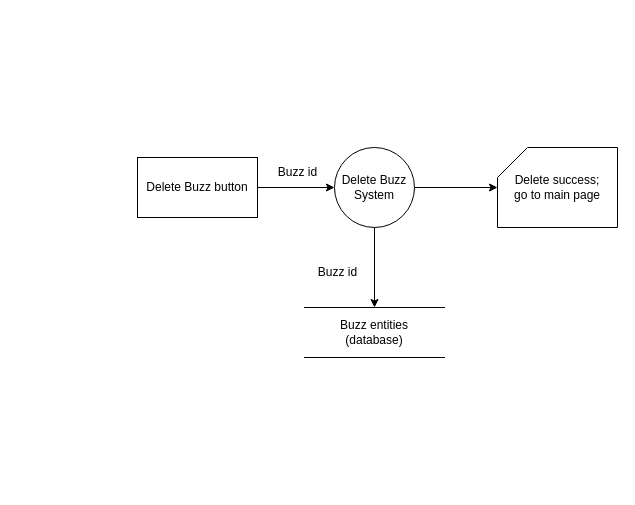
Above: DFD/Admin/AdminDeletePost.drawio in DonaldLamNL/buzzer (draw.io), before the change. Source tidied: cells renumbered, new cells numbered last; positions are measured from the earlier drawing's top-left corner, leaving out a move shared by most shapes. Both pictures are drawn from the tidied source at 100%, with x=0, y=0 at pixel (137, 147).
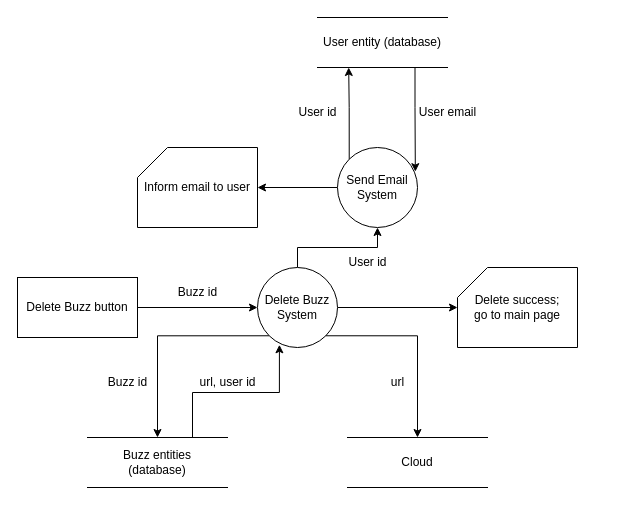
The same page after the edit.

The edit, as a diff of the source:
```diff
@@
     <mxCell id="3" value="Delete success;&lt;br&gt;go to main page" style="shape=card;whiteSpace=wrap;html=1;" parent="1" vertex="1">
-      <mxGeometry x="360" width="120" height="80" as="geometry" />
+      <mxGeometry x="320" y="120" width="120" height="80" as="geometry" />
     </mxCell>
@@
-    <mxCell id="5" style="edgeStyle=orthogonalEdgeStyle;rounded=0;jettySize=auto;html=1;exitX=0.5;exitY=1;exitDx=0;exitDy=0;" parent="1" edge="1" source="6" target="8">
+    <mxCell id="5" style="edgeStyle=orthogonalEdgeStyle;rounded=0;jettySize=auto;html=1;exitX=0;exitY=1;exitDx=0;exitDy=0;entryX=0.5;entryY=0;entryDx=0;entryDy=0;" parent="1" edge="1" source="6" target="8">
       <mxGeometry relative="1" as="geometry" />
     </mxCell>
+    <mxCell id="11" style="edgeStyle=orthogonalEdgeStyle;rounded=0;jettySize=auto;html=1;exitX=0.5;exitY=0;exitDx=0;exitDy=0;entryX=0.5;entryY=1;entryDx=0;entryDy=0;" parent="1" edge="1" source="6" target="20">
+      <mxGeometry relative="1" as="geometry" />
+    </mxCell>
     <mxCell id="6" value="Delete Buzz&lt;br&gt;System" style="ellipse;whiteSpace=wrap;html=1;" parent="1" vertex="1">
-      <mxGeometry x="197" width="80" height="80" as="geometry" />
+      <mxGeometry x="120" y="120" width="80" height="80" as="geometry" />
     </mxCell>
     <mxCell id="7" value="Buzz id" style="text;html=1;align=center;verticalAlign=middle;strokeColor=none;fillColor=none;" parent="1" vertex="1">
-      <mxGeometry x="130" y="10" width="60" height="30" as="geometry" />
+      <mxGeometry x="30" y="130" width="60" height="30" as="geometry" />
     </mxCell>
+    <mxCell id="12" style="edgeStyle=orthogonalEdgeStyle;rounded=0;jettySize=auto;html=1;exitX=0.75;exitY=0;exitDx=0;exitDy=0;entryX=0.274;entryY=0.966;entryDx=0;entryDy=0;entryPerimeter=0;" parent="1" edge="1" source="8" target="6">
+      <mxGeometry relative="1" as="geometry" />
+    </mxCell>
     <mxCell id="8" value="Buzz entities&lt;br style=&quot;border-color: var(--darkreader-border--border-color); --darkreader-inline-border:var(--darkreader-border--darkreader-border--border-color);&quot;&gt;(database)" style="shape=partialRectangle;whiteSpace=wrap;html=1;left=0;right=0;fillColor=none;rounded=0;strokeColor=default;fontFamily=Helvetica;fontSize=12;fontColor=default;" parent="1" vertex="1">
-      <mxGeometry x="167" y="160" width="140" height="50" as="geometry" />
+      <mxGeometry x="-50" y="290" width="140" height="50" as="geometry" />
     </mxCell>
     <mxCell id="9" value="Buzz id" style="text;html=1;align=center;verticalAlign=middle;strokeColor=none;fillColor=none;" parent="1" vertex="1">
-      <mxGeometry x="170" y="110" width="60" height="30" as="geometry" />
+      <mxGeometry x="-40" y="220" width="60" height="30" as="geometry" />
     </mxCell>
     <mxCell id="10" value="Delete Buzz button" style="rounded=0;whiteSpace=wrap;html=1;" parent="1" vertex="1">
-      <mxGeometry y="10" width="120" height="60" as="geometry" />
+      <mxGeometry x="-120" y="130" width="120" height="60" as="geometry" />
     </mxCell>
+    <mxCell id="13" value="url, user id" style="text;html=1;align=center;verticalAlign=middle;strokeColor=none;fillColor=none;" parent="1" vertex="1">
+      <mxGeometry x="50" y="220" width="80" height="30" as="geometry" />
+    </mxCell>
+    <mxCell id="14" style="edgeStyle=orthogonalEdgeStyle;rounded=0;jettySize=auto;html=1;exitX=1;exitY=1;exitDx=0;exitDy=0;entryX=0.5;entryY=0;entryDx=0;entryDy=0;" parent="1" edge="1" source="6" target="15">
+      <mxGeometry relative="1" as="geometry" />
+    </mxCell>
+    <mxCell id="15" value="Cloud" style="shape=partialRectangle;whiteSpace=wrap;html=1;left=0;right=0;fillColor=none;rounded=0;strokeColor=default;fontFamily=Helvetica;fontSize=12;fontColor=default;" parent="1" vertex="1">
+      <mxGeometry x="210" y="290" width="140" height="50" as="geometry" />
+    </mxCell>
+    <mxCell id="16" value="url" style="text;html=1;align=center;verticalAlign=middle;strokeColor=none;fillColor=none;" parent="1" vertex="1">
+      <mxGeometry x="240" y="220" width="40" height="30" as="geometry" />
+    </mxCell>
+    <mxCell id="17" value="Inform email to user" style="shape=card;whiteSpace=wrap;html=1;" parent="1" vertex="1">
+      <mxGeometry width="120" height="80" as="geometry" />
+    </mxCell>
+    <mxCell id="18" style="edgeStyle=orthogonalEdgeStyle;rounded=0;jettySize=auto;html=1;exitX=0;exitY=0.5;exitDx=0;exitDy=0;entryX=1;entryY=0.5;entryDx=0;entryDy=0;entryPerimeter=0;" parent="1" edge="1" source="20" target="17">
+      <mxGeometry relative="1" as="geometry" />
+    </mxCell>
+    <mxCell id="19" style="edgeStyle=orthogonalEdgeStyle;rounded=0;jettySize=auto;html=1;exitX=0;exitY=0;exitDx=0;exitDy=0;entryX=0.24;entryY=1;entryDx=0;entryDy=0;entryPerimeter=0;" parent="1" edge="1" source="20" target="22">
+      <mxGeometry relative="1" as="geometry" />
+    </mxCell>
+    <mxCell id="20" value="Send Email System" style="ellipse;whiteSpace=wrap;html=1;" parent="1" vertex="1">
+      <mxGeometry x="200" width="80" height="80" as="geometry" />
+    </mxCell>
+    <mxCell id="21" style="edgeStyle=orthogonalEdgeStyle;rounded=0;jettySize=auto;html=1;exitX=0.75;exitY=1;exitDx=0;exitDy=0;entryX=0.973;entryY=0.302;entryDx=0;entryDy=0;entryPerimeter=0;" parent="1" edge="1" source="22" target="20">
+      <mxGeometry relative="1" as="geometry" />
+    </mxCell>
+    <mxCell id="22" value="User entity (database)" style="shape=partialRectangle;whiteSpace=wrap;html=1;left=0;right=0;fillColor=none;rounded=0;strokeColor=default;fontFamily=Helvetica;fontSize=12;fontColor=default;" parent="1" vertex="1">
+      <mxGeometry x="180" y="-130" width="130" height="50" as="geometry" />
+    </mxCell>
+    <mxCell id="23" value="User id" style="text;html=1;align=center;verticalAlign=middle;strokeColor=none;fillColor=none;" parent="1" vertex="1">
+      <mxGeometry x="200" y="100" width="60" height="30" as="geometry" />
+    </mxCell>
+    <mxCell id="24" value="User id" style="text;html=1;align=center;verticalAlign=middle;strokeColor=none;fillColor=none;" parent="1" vertex="1">
+      <mxGeometry x="150" y="-50" width="60" height="30" as="geometry" />
+    </mxCell>
+    <mxCell id="25" value="User email" style="text;html=1;align=center;verticalAlign=middle;strokeColor=none;fillColor=none;" parent="1" vertex="1">
+      <mxGeometry x="270" y="-50" width="80" height="30" as="geometry" />
+    </mxCell>
```
